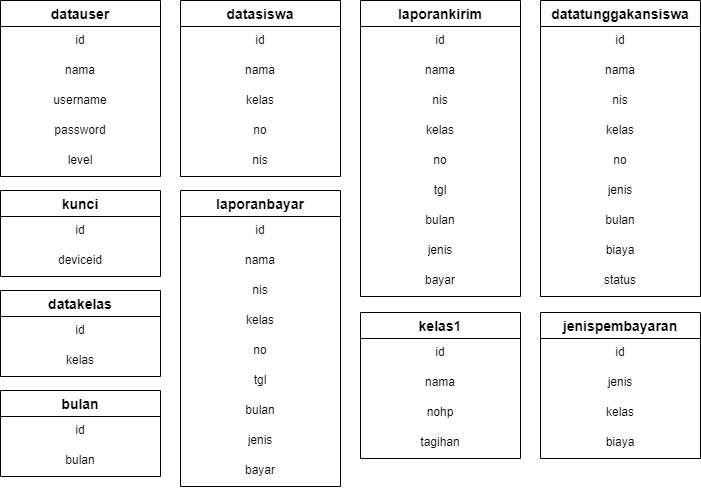
Before: ERD.drawio.png, a diagram exported from draw.io (Dityaren/Diagram). Source tidied: cells renumbered, new cells last; positions are measured from the earlier drawing's top-left corner, leaving out a move shared by most shapes.
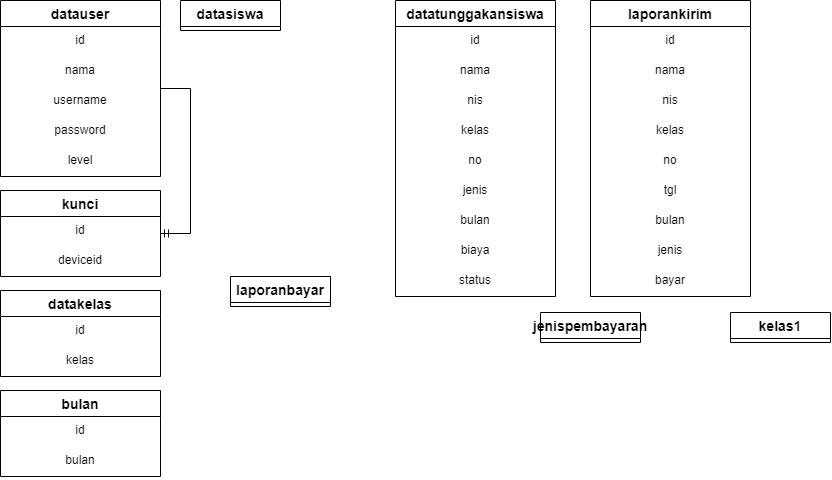
After the commit.

Diff of the diagram source:
```diff
@@ -47,56 +47,14 @@
     <mxCell id="16" value="bulan" style="text;strokeColor=none;fillColor=none;spacingLeft=4;spacingRight=4;overflow=hidden;fontSize=12;align=center;" parent="14" vertex="1">
       <mxGeometry y="56" width="160" height="30" as="geometry" />
     </mxCell>
-    <mxCell id="17" value="datasiswa" style="swimlane;fontStyle=1;horizontal=1;startSize=26;align=center;fontSize=14;" parent="1" vertex="1">
-      <mxGeometry x="180" width="160" height="176" as="geometry" />
+    <mxCell id="17" value="datasiswa" style="swimlane;fontStyle=1;horizontal=1;startSize=26;align=center;fontSize=14;" parent="1" vertex="1" collapsed="1">
+      <mxGeometry x="180" width="100" height="30" as="geometry" />
     </mxCell>
-    <mxCell id="18" value="id" style="text;strokeColor=none;fillColor=none;spacingLeft=4;spacingRight=4;overflow=hidden;fontSize=12;align=center;" parent="17" vertex="1">
-      <mxGeometry y="26" width="160" height="30" as="geometry" />
-    </mxCell>
-    <mxCell id="19" value="nama" style="text;strokeColor=none;fillColor=none;spacingLeft=4;spacingRight=4;overflow=hidden;fontSize=12;align=center;" parent="17" vertex="1">
-      <mxGeometry y="56" width="160" height="30" as="geometry" />
-    </mxCell>
-    <mxCell id="20" value="kelas" style="text;strokeColor=none;fillColor=none;spacingLeft=4;spacingRight=4;overflow=hidden;fontSize=12;align=center;" parent="17" vertex="1">
-      <mxGeometry y="86" width="160" height="30" as="geometry" />
-    </mxCell>
-    <mxCell id="21" value="no" style="text;strokeColor=none;fillColor=none;spacingLeft=4;spacingRight=4;overflow=hidden;fontSize=12;align=center;html=1;" parent="17" vertex="1">
-      <mxGeometry y="116" width="160" height="30" as="geometry" />
-    </mxCell>
-    <mxCell id="22" value="nis" style="text;strokeColor=none;fillColor=none;spacingLeft=4;spacingRight=4;overflow=hidden;fontSize=12;align=center;html=1;" parent="17" vertex="1">
-      <mxGeometry y="146" width="160" height="30" as="geometry" />
-    </mxCell>
-    <mxCell id="23" value="laporanbayar" style="swimlane;fontStyle=1;horizontal=1;startSize=26;align=center;fontSize=14;" parent="1" vertex="1">
-      <mxGeometry x="180" y="190" width="160" height="296" as="geometry" />
+    <mxCell id="23" value="laporanbayar" style="swimlane;fontStyle=1;horizontal=1;startSize=26;align=center;fontSize=14;" parent="1" vertex="1" collapsed="1">
+      <mxGeometry x="230" y="276" width="100" height="30" as="geometry" />
     </mxCell>
-    <mxCell id="24" value="id" style="text;strokeColor=none;fillColor=none;spacingLeft=4;spacingRight=4;overflow=hidden;fontSize=12;align=center;" parent="23" vertex="1">
-      <mxGeometry y="26" width="160" height="30" as="geometry" />
-    </mxCell>
-    <mxCell id="25" value="nama" style="text;strokeColor=none;fillColor=none;spacingLeft=4;spacingRight=4;overflow=hidden;fontSize=12;align=center;" parent="23" vertex="1">
-      <mxGeometry y="56" width="160" height="30" as="geometry" />
-    </mxCell>
-    <mxCell id="26" value="nis" style="text;strokeColor=none;fillColor=none;spacingLeft=4;spacingRight=4;overflow=hidden;fontSize=12;align=center;" parent="23" vertex="1">
-      <mxGeometry y="86" width="160" height="30" as="geometry" />
-    </mxCell>
-    <mxCell id="27" value="kelas" style="text;strokeColor=none;fillColor=none;spacingLeft=4;spacingRight=4;overflow=hidden;fontSize=12;align=center;html=1;" parent="23" vertex="1">
-      <mxGeometry y="116" width="160" height="30" as="geometry" />
-    </mxCell>
-    <mxCell id="28" value="no" style="text;strokeColor=none;fillColor=none;spacingLeft=4;spacingRight=4;overflow=hidden;fontSize=12;align=center;html=1;" parent="23" vertex="1">
-      <mxGeometry y="146" width="160" height="30" as="geometry" />
-    </mxCell>
-    <mxCell id="29" value="tgl" style="text;strokeColor=none;fillColor=none;spacingLeft=4;spacingRight=4;overflow=hidden;fontSize=12;align=center;html=1;" parent="23" vertex="1">
-      <mxGeometry y="176" width="160" height="30" as="geometry" />
-    </mxCell>
-    <mxCell id="30" value="bulan" style="text;strokeColor=none;fillColor=none;spacingLeft=4;spacingRight=4;overflow=hidden;fontSize=12;align=center;html=1;" parent="23" vertex="1">
-      <mxGeometry y="206" width="160" height="30" as="geometry" />
-    </mxCell>
-    <mxCell id="31" value="jenis" style="text;strokeColor=none;fillColor=none;spacingLeft=4;spacingRight=4;overflow=hidden;fontSize=12;align=center;html=1;" parent="23" vertex="1">
-      <mxGeometry y="236" width="160" height="30" as="geometry" />
-    </mxCell>
-    <mxCell id="32" value="bayar" style="text;strokeColor=none;fillColor=none;spacingLeft=4;spacingRight=4;overflow=hidden;fontSize=12;align=center;html=1;" parent="23" vertex="1">
-      <mxGeometry y="266" width="160" height="30" as="geometry" />
-    </mxCell>
     <mxCell id="33" value="laporankirim" style="swimlane;fontStyle=1;horizontal=1;startSize=26;align=center;fontSize=14;" parent="1" vertex="1">
-      <mxGeometry x="360" width="160" height="296" as="geometry" />
+      <mxGeometry x="590" width="160" height="296" as="geometry" />
     </mxCell>
     <mxCell id="34" value="id" style="text;strokeColor=none;fillColor=none;spacingLeft=4;spacingRight=4;overflow=hidden;fontSize=12;align=center;" parent="33" vertex="1">
       <mxGeometry y="26" width="160" height="30" as="geometry" />
@@ -125,23 +83,11 @@
     <mxCell id="42" value="bayar" style="text;strokeColor=none;fillColor=none;spacingLeft=4;spacingRight=4;overflow=hidden;fontSize=12;align=center;html=1;" parent="33" vertex="1">
       <mxGeometry y="266" width="160" height="30" as="geometry" />
     </mxCell>
-    <mxCell id="43" value="kelas1" style="swimlane;fontStyle=1;horizontal=1;startSize=26;align=center;fontSize=14;" parent="1" vertex="1">
-      <mxGeometry x="360" y="312" width="160" height="146" as="geometry" />
+    <mxCell id="43" value="kelas1" style="swimlane;fontStyle=1;horizontal=1;startSize=26;align=center;fontSize=14;" parent="1" vertex="1" collapsed="1">
+      <mxGeometry x="730" y="312" width="100" height="30" as="geometry" />
     </mxCell>
-    <mxCell id="44" value="id" style="text;strokeColor=none;fillColor=none;spacingLeft=4;spacingRight=4;overflow=hidden;fontSize=12;align=center;" parent="43" vertex="1">
-      <mxGeometry y="26" width="160" height="30" as="geometry" />
-    </mxCell>
-    <mxCell id="45" value="nama" style="text;strokeColor=none;fillColor=none;spacingLeft=4;spacingRight=4;overflow=hidden;fontSize=12;align=center;" parent="43" vertex="1">
-      <mxGeometry y="56" width="160" height="30" as="geometry" />
-    </mxCell>
-    <mxCell id="46" value="nohp" style="text;strokeColor=none;fillColor=none;spacingLeft=4;spacingRight=4;overflow=hidden;fontSize=12;align=center;" parent="43" vertex="1">
-      <mxGeometry y="86" width="160" height="30" as="geometry" />
-    </mxCell>
-    <mxCell id="47" value="tagihan" style="text;strokeColor=none;fillColor=none;spacingLeft=4;spacingRight=4;overflow=hidden;fontSize=12;align=center;" parent="43" vertex="1">
-      <mxGeometry y="116" width="160" height="30" as="geometry" />
-    </mxCell>
     <mxCell id="48" value="datatunggakansiswa" style="swimlane;fontStyle=1;horizontal=1;startSize=26;align=center;fontSize=14;" parent="1" vertex="1">
-      <mxGeometry x="540" width="160" height="296" as="geometry" />
+      <mxGeometry x="395" width="160" height="296" as="geometry" />
     </mxCell>
     <mxCell id="49" value="id" style="text;strokeColor=none;fillColor=none;spacingLeft=4;spacingRight=4;overflow=hidden;fontSize=12;align=center;" parent="48" vertex="1">
       <mxGeometry y="26" width="160" height="30" as="geometry" />
@@ -170,20 +116,11 @@
     <mxCell id="57" value="status" style="text;strokeColor=none;fillColor=none;spacingLeft=4;spacingRight=4;overflow=hidden;fontSize=12;align=center;html=1;" parent="48" vertex="1">
       <mxGeometry y="266" width="160" height="30" as="geometry" />
     </mxCell>
-    <mxCell id="58" value="jenispembayaran" style="swimlane;fontStyle=1;horizontal=1;startSize=26;align=center;fontSize=14;" parent="1" vertex="1">
-      <mxGeometry x="540" y="312" width="160" height="146" as="geometry" />
+    <mxCell id="58" value="jenispembayaran" style="swimlane;fontStyle=1;horizontal=1;startSize=26;align=center;fontSize=14;" parent="1" vertex="1" collapsed="1">
+      <mxGeometry x="540" y="312" width="100" height="30" as="geometry" />
     </mxCell>
-    <mxCell id="59" value="id" style="text;strokeColor=none;fillColor=none;spacingLeft=4;spacingRight=4;overflow=hidden;fontSize=12;align=center;" parent="58" vertex="1">
-      <mxGeometry y="26" width="160" height="30" as="geometry" />
-    </mxCell>
-    <mxCell id="60" value="jenis" style="text;strokeColor=none;fillColor=none;spacingLeft=4;spacingRight=4;overflow=hidden;fontSize=12;align=center;" parent="58" vertex="1">
-      <mxGeometry y="56" width="160" height="30" as="geometry" />
-    </mxCell>
-    <mxCell id="61" value="kelas" style="text;strokeColor=none;fillColor=none;spacingLeft=4;spacingRight=4;overflow=hidden;fontSize=12;align=center;" parent="58" vertex="1">
-      <mxGeometry y="86" width="160" height="30" as="geometry" />
-    </mxCell>
-    <mxCell id="62" value="biaya" style="text;strokeColor=none;fillColor=none;spacingLeft=4;spacingRight=4;overflow=hidden;fontSize=12;align=center;" parent="58" vertex="1">
-      <mxGeometry y="116" width="160" height="30" as="geometry" />
-    </mxCell>
+    <mxCell id="63" style="edgeStyle=entityRelationEdgeStyle;fontSize=12;html=1;endArrow=ERmandOne;rounded=0;spacing=8;" parent="1" edge="1" source="2" target="8">
+      <mxGeometry relative="1" as="geometry" />
+    </mxCell>
   </root>
 </mxGraphModel>
```
